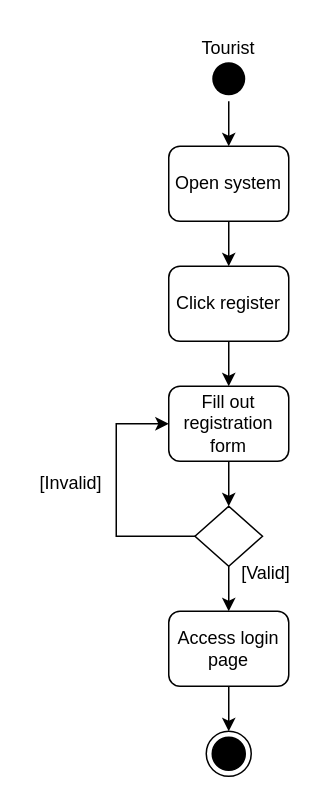
This is UML Modeling/Activity Diagram/RegisterDiagram.drawio from Luis-S4/Tourism-MS, a draw.io file, before an edit. Source tidied: cells renumbered, new cells numbered last; positions are measured from the earlier drawing's top-left corner, leaving out a move shared by most shapes. Both pictures are drawn from the tidied source at 150%, with x=0, y=0 at pixel (26, 26).
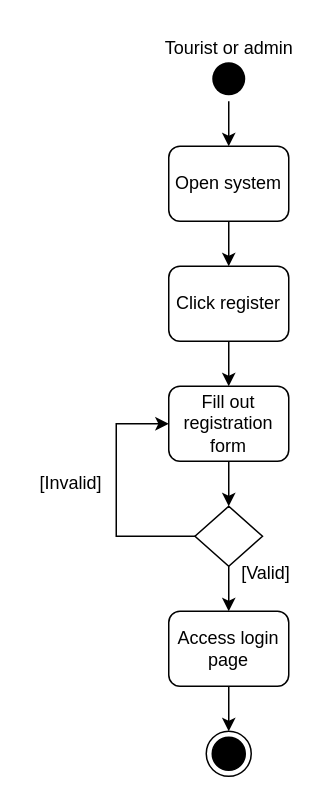
After the change.

Diff of the diagram source:
```diff
@@
-    <mxCell id="5" value="Tourist" style="text;html=1;align=center;verticalAlign=middle;whiteSpace=wrap;rounded=0;" parent="1" vertex="1">
-      <mxGeometry x="105" width="60" height="30" as="geometry" />
+    <mxCell id="5" value="Tourist or admin" style="text;html=1;align=center;verticalAlign=middle;whiteSpace=wrap;rounded=0;" parent="1" vertex="1">
+      <mxGeometry x="82.5" width="105" height="30" as="geometry" />
     </mxCell>
```
